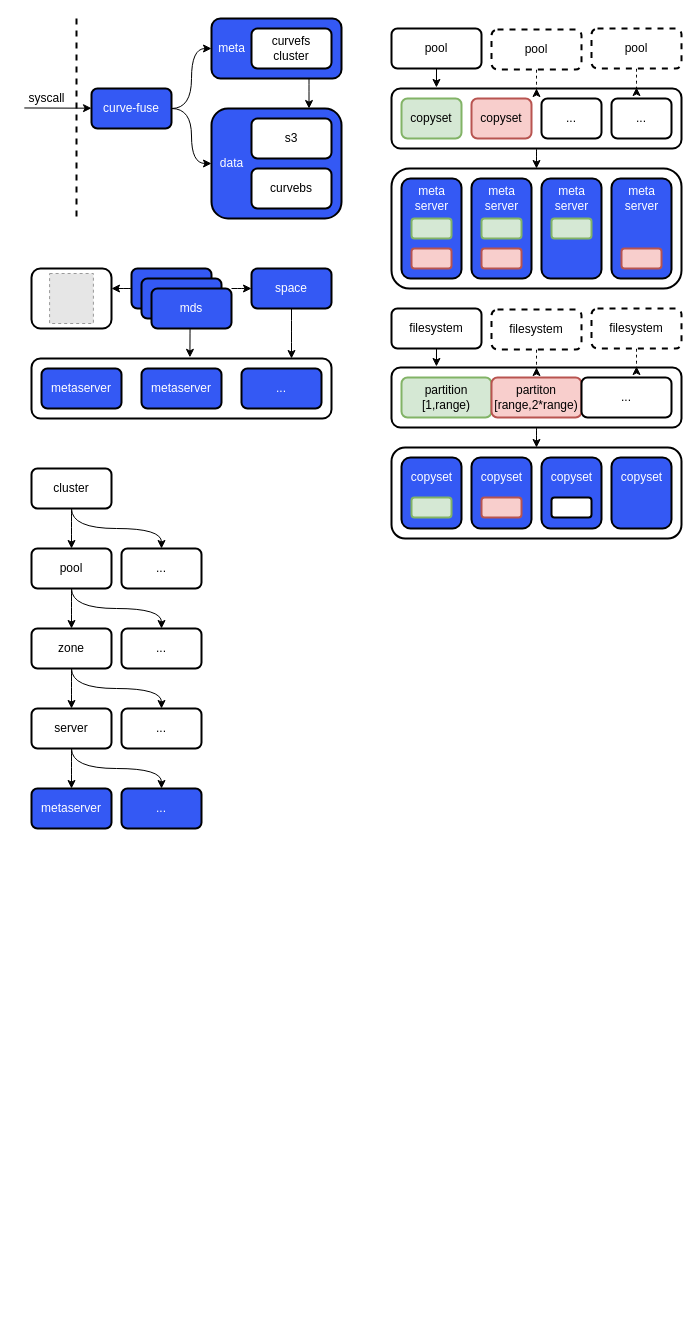
Before: curve/curve.drawio in EarthWind/deeparch, a draw.io diagram. Source tidied: cells renumbered, new cells numbered last; positions are measured from the earlier drawing's top-left corner, leaving out a move shared by most shapes. Both pictures are drawn from the tidied source at 100%, with x=0, y=0 at pixel (21, 18). Pictures stored in the file or linked from it are replaced by grey dashed boxes.
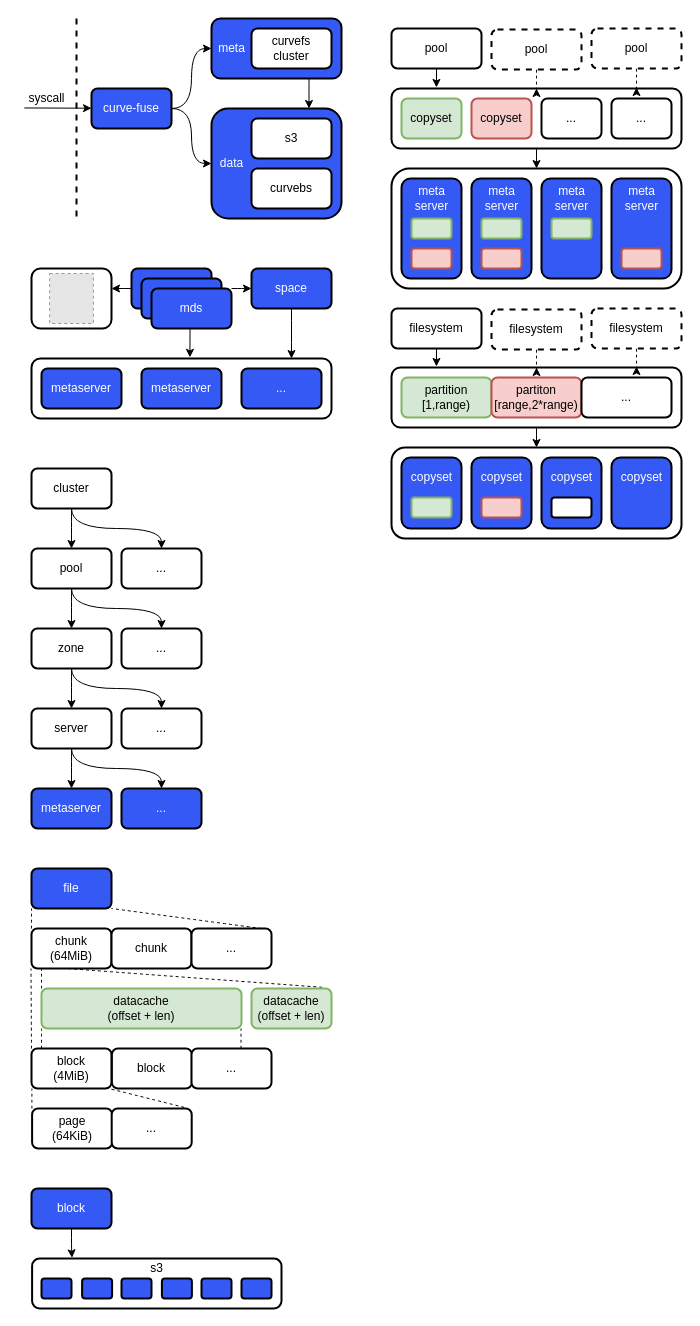
Above is the later version.

The edit, as a diff of the source:
```diff
@@
+    <mxCell id="99" value="file" style="rounded=1;whiteSpace=wrap;html=1;strokeWidth=2;fillWeight=1;hachureGap=4;hachureAngle=45;sketch=0;shadow=0;fillColor=#3459F4;fontColor=#FFFFFF;" parent="1" vertex="1">
+      <mxGeometry x="10" y="850" width="80" height="40" as="geometry" />
+    </mxCell>
+    <mxCell id="100" value="chunk&lt;br&gt;(64MiB)" style="rounded=1;whiteSpace=wrap;html=1;strokeWidth=2;fillWeight=1;hachureGap=4;hachureAngle=45;sketch=0;shadow=0;" parent="1" vertex="1">
+      <mxGeometry x="10" y="910" width="80" height="40" as="geometry" />
+    </mxCell>
+    <mxCell id="101" value="chunk" style="rounded=1;whiteSpace=wrap;html=1;strokeWidth=2;fillWeight=1;hachureGap=4;hachureAngle=45;sketch=0;shadow=0;" parent="1" vertex="1">
+      <mxGeometry x="90" y="910" width="80" height="40" as="geometry" />
+    </mxCell>
+    <mxCell id="102" value="..." style="rounded=1;whiteSpace=wrap;html=1;strokeWidth=2;fillWeight=1;hachureGap=4;hachureAngle=45;sketch=0;shadow=0;" parent="1" vertex="1">
+      <mxGeometry x="170" y="910" width="80" height="40" as="geometry" />
+    </mxCell>
+    <mxCell id="103" style="endArrow=none;dashed=1;html=1;rounded=0;sketch=0;fontColor=#FFFFFF;curved=1;" parent="1" edge="1">
+      <mxGeometry relative="1" as="geometry">
+        <mxPoint x="10" y="910" as="sourcePoint" />
+        <mxPoint x="10" y="890" as="targetPoint" />
+      </mxGeometry>
+    </mxCell>
+    <mxCell id="104" style="endArrow=none;dashed=1;html=1;rounded=0;sketch=0;fontColor=#FFFFFF;curved=1;" parent="1" edge="1">
+      <mxGeometry relative="1" as="geometry">
+        <mxPoint x="240" y="910" as="sourcePoint" />
+        <mxPoint x="90" y="890" as="targetPoint" />
+      </mxGeometry>
+    </mxCell>
+    <mxCell id="105" value="block&lt;br&gt;(4MiB)" style="rounded=1;whiteSpace=wrap;html=1;strokeWidth=2;fillWeight=1;hachureGap=4;hachureAngle=45;sketch=0;shadow=0;" parent="1" vertex="1">
+      <mxGeometry x="10" y="1030" width="80" height="40" as="geometry" />
+    </mxCell>
+    <mxCell id="106" value="block" style="rounded=1;whiteSpace=wrap;html=1;strokeWidth=2;fillWeight=1;hachureGap=4;hachureAngle=45;sketch=0;shadow=0;" parent="1" vertex="1">
+      <mxGeometry x="90.4" y="1030" width="80" height="40" as="geometry" />
+    </mxCell>
+    <mxCell id="107" value="..." style="rounded=1;whiteSpace=wrap;html=1;strokeWidth=2;fillWeight=1;hachureGap=4;hachureAngle=45;sketch=0;shadow=0;" parent="1" vertex="1">
+      <mxGeometry x="170" y="1030" width="80" height="40" as="geometry" />
+    </mxCell>
+    <mxCell id="108" style="endArrow=none;dashed=1;html=1;rounded=0;sketch=0;fontColor=#FFFFFF;curved=1;" parent="1" edge="1">
+      <mxGeometry relative="1" as="geometry">
+        <mxPoint x="20" y="970" as="sourcePoint" />
+        <mxPoint x="20" y="950" as="targetPoint" />
+      </mxGeometry>
+    </mxCell>
+    <mxCell id="109" style="endArrow=none;dashed=1;html=1;rounded=0;sketch=0;fontColor=#FFFFFF;curved=1;exitX=0.883;exitY=-0.03;exitDx=0;exitDy=0;exitPerimeter=0;" parent="1" edge="1" source="117">
+      <mxGeometry relative="1" as="geometry">
+        <mxPoint x="45" y="950" as="targetPoint" />
+      </mxGeometry>
+    </mxCell>
+    <mxCell id="110" value="page&lt;br&gt;(64KiB)" style="rounded=1;whiteSpace=wrap;html=1;strokeWidth=2;fillWeight=1;hachureGap=4;hachureAngle=45;sketch=0;shadow=0;" parent="1" vertex="1">
+      <mxGeometry x="10.6" y="1090" width="80" height="40" as="geometry" />
+    </mxCell>
+    <mxCell id="111" value="..." style="rounded=1;whiteSpace=wrap;html=1;strokeWidth=2;fillWeight=1;hachureGap=4;hachureAngle=45;sketch=0;shadow=0;" parent="1" vertex="1">
+      <mxGeometry x="90.2" y="1090" width="80" height="40" as="geometry" />
+    </mxCell>
+    <mxCell id="112" style="endArrow=none;dashed=1;html=1;rounded=0;sketch=0;fontColor=#FFFFFF;curved=1;" parent="1" edge="1">
+      <mxGeometry relative="1" as="geometry">
+        <mxPoint x="10.4" y="1090" as="sourcePoint" />
+        <mxPoint x="10.4" y="1070" as="targetPoint" />
+      </mxGeometry>
+    </mxCell>
+    <mxCell id="113" style="endArrow=none;dashed=1;html=1;rounded=0;sketch=0;fontColor=#FFFFFF;curved=1;exitX=0.904;exitY=-0.03;exitDx=0;exitDy=0;entryX=0.954;entryY=0.994;entryDx=0;entryDy=0;entryPerimeter=0;exitPerimeter=0;" parent="1" edge="1" source="111" target="105">
+      <mxGeometry relative="1" as="geometry" />
+    </mxCell>
+    <mxCell id="114" value="datacache&lt;br&gt;(offset + len)" style="rounded=1;whiteSpace=wrap;html=1;strokeWidth=2;fillWeight=1;hachureGap=4;hachureAngle=45;sketch=0;shadow=0;fillColor=#d5e8d4;strokeColor=#82b366;" parent="1" vertex="1">
+      <mxGeometry x="20" y="970" width="200" height="40" as="geometry" />
+    </mxCell>
+    <mxCell id="115" style="endArrow=none;dashed=1;html=1;rounded=0;sketch=0;fontColor=#FFFFFF;curved=1;" parent="1" edge="1">
+      <mxGeometry relative="1" as="geometry">
+        <mxPoint x="20" y="1030" as="sourcePoint" />
+        <mxPoint x="20" y="1010" as="targetPoint" />
+      </mxGeometry>
+    </mxCell>
+    <mxCell id="116" style="endArrow=none;dashed=1;html=1;rounded=0;sketch=0;fontColor=#FFFFFF;curved=1;" parent="1" edge="1">
+      <mxGeometry relative="1" as="geometry">
+        <mxPoint x="10" y="1030" as="sourcePoint" />
+        <mxPoint x="9.5" y="950" as="targetPoint" />
+      </mxGeometry>
+    </mxCell>
+    <mxCell id="117" value="datacache&lt;br&gt;(offset + len)" style="rounded=1;whiteSpace=wrap;html=1;strokeWidth=2;fillWeight=1;hachureGap=4;hachureAngle=45;sketch=0;shadow=0;fillColor=#d5e8d4;strokeColor=#82b366;" parent="1" vertex="1">
+      <mxGeometry x="230" y="970" width="80" height="40" as="geometry" />
+    </mxCell>
+    <mxCell id="118" style="endArrow=none;dashed=1;html=1;rounded=0;sketch=0;fontColor=#FFFFFF;curved=1;" parent="1" edge="1">
+      <mxGeometry relative="1" as="geometry">
+        <mxPoint x="219.5" y="1030" as="sourcePoint" />
+        <mxPoint x="219.5" y="1010" as="targetPoint" />
+      </mxGeometry>
+    </mxCell>
+    <mxCell id="119" style="edgeStyle=orthogonalEdgeStyle;curved=1;rounded=0;sketch=0;jettySize=auto;html=1;entryX=0.16;entryY=-0.014;entryDx=0;entryDy=0;entryPerimeter=0;fontColor=#000000;startArrow=none;startFill=0;endArrow=classic;endFill=1;" parent="1" edge="1" source="120" target="121">
+      <mxGeometry relative="1" as="geometry" />
+    </mxCell>
+    <mxCell id="120" value="block" style="rounded=1;whiteSpace=wrap;html=1;strokeWidth=2;fillWeight=1;hachureGap=4;hachureAngle=45;sketch=0;shadow=0;fillColor=#3459F4;fontColor=#FFFFFF;" parent="1" vertex="1">
+      <mxGeometry x="10" y="1170" width="80" height="40" as="geometry" />
+    </mxCell>
+    <mxCell id="121" style="rounded=1;whiteSpace=wrap;html=1;strokeWidth=2;fillWeight=1;hachureGap=4;hachureAngle=45;sketch=0;shadow=0;" parent="1" vertex="1">
+      <mxGeometry x="10.6" y="1240" width="249.4" height="50" as="geometry" />
+    </mxCell>
+    <mxCell id="122" style="rounded=1;whiteSpace=wrap;html=1;strokeWidth=2;fillWeight=1;hachureGap=4;hachureAngle=45;sketch=0;shadow=0;fillColor=#3459F4;fontColor=#FFFFFF;" parent="1" vertex="1">
+      <mxGeometry x="20" y="1260" width="30" height="20" as="geometry" />
+    </mxCell>
+    <mxCell id="123" style="rounded=1;whiteSpace=wrap;html=1;strokeWidth=2;fillWeight=1;hachureGap=4;hachureAngle=45;sketch=0;shadow=0;fillColor=#3459F4;fontColor=#FFFFFF;" parent="1" vertex="1">
+      <mxGeometry x="60.6" y="1260" width="30" height="20" as="geometry" />
+    </mxCell>
+    <mxCell id="124" style="rounded=1;whiteSpace=wrap;html=1;strokeWidth=2;fillWeight=1;hachureGap=4;hachureAngle=45;sketch=0;shadow=0;fillColor=#3459F4;fontColor=#FFFFFF;" parent="1" vertex="1">
+      <mxGeometry x="100" y="1260" width="30" height="20" as="geometry" />
+    </mxCell>
+    <mxCell id="125" style="rounded=1;whiteSpace=wrap;html=1;strokeWidth=2;fillWeight=1;hachureGap=4;hachureAngle=45;sketch=0;shadow=0;fillColor=#3459F4;fontColor=#FFFFFF;" parent="1" vertex="1">
+      <mxGeometry x="140.4" y="1260" width="30" height="20" as="geometry" />
+    </mxCell>
+    <mxCell id="126" style="rounded=1;whiteSpace=wrap;html=1;strokeWidth=2;fillWeight=1;hachureGap=4;hachureAngle=45;sketch=0;shadow=0;fillColor=#3459F4;fontColor=#FFFFFF;" parent="1" vertex="1">
+      <mxGeometry x="180" y="1260" width="30" height="20" as="geometry" />
+    </mxCell>
+    <mxCell id="127" style="rounded=1;whiteSpace=wrap;html=1;strokeWidth=2;fillWeight=1;hachureGap=4;hachureAngle=45;sketch=0;shadow=0;fillColor=#3459F4;fontColor=#FFFFFF;" parent="1" vertex="1">
+      <mxGeometry x="220" y="1260" width="30" height="20" as="geometry" />
+    </mxCell>
+    <mxCell id="128" value="s3" style="text;html=1;align=center;verticalAlign=middle;strokeColor=none;fillColor=none;fontColor=#000000;" parent="1" vertex="1">
+      <mxGeometry x="120.3" y="1240" width="30" height="20" as="geometry" />
+    </mxCell>
```
